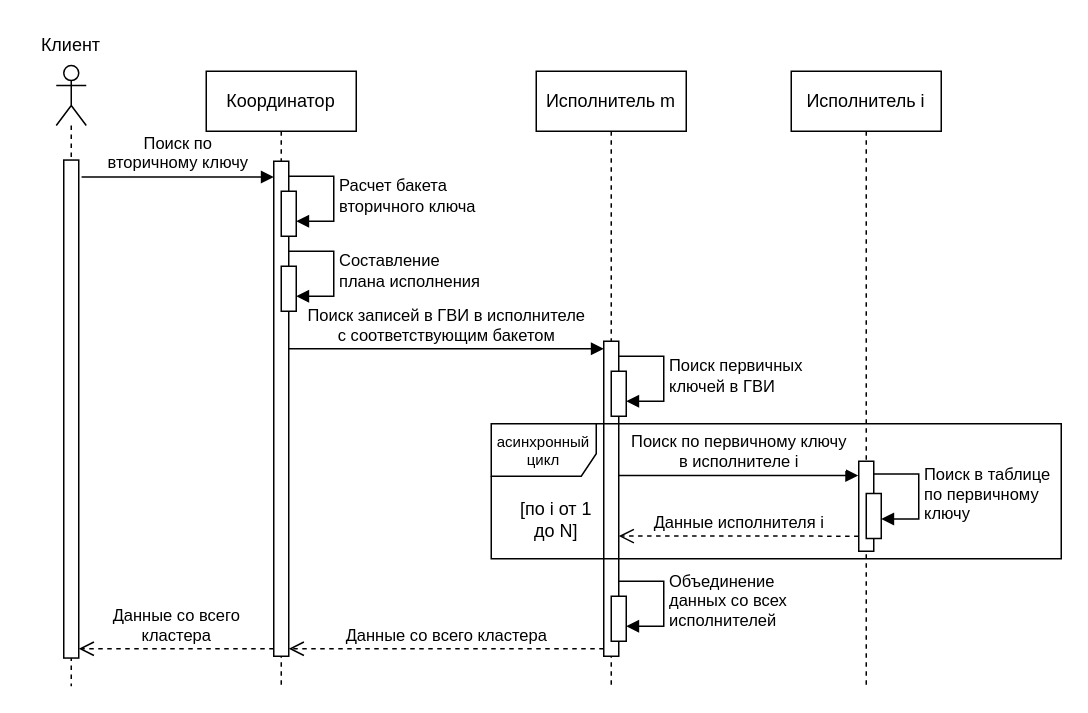
Above: page "gsi-search-seq" (6 of 17) of schemas.drawio in vitosotdihaet/pind (draw.io), before the change. Source tidied: cells renumbered, new cells numbered last; positions are measured from the earlier drawing's top-left corner, leaving out a move shared by most shapes. Both pictures are drawn from the tidied source at 150%, with x=0, y=0 at pixel (26, 26).
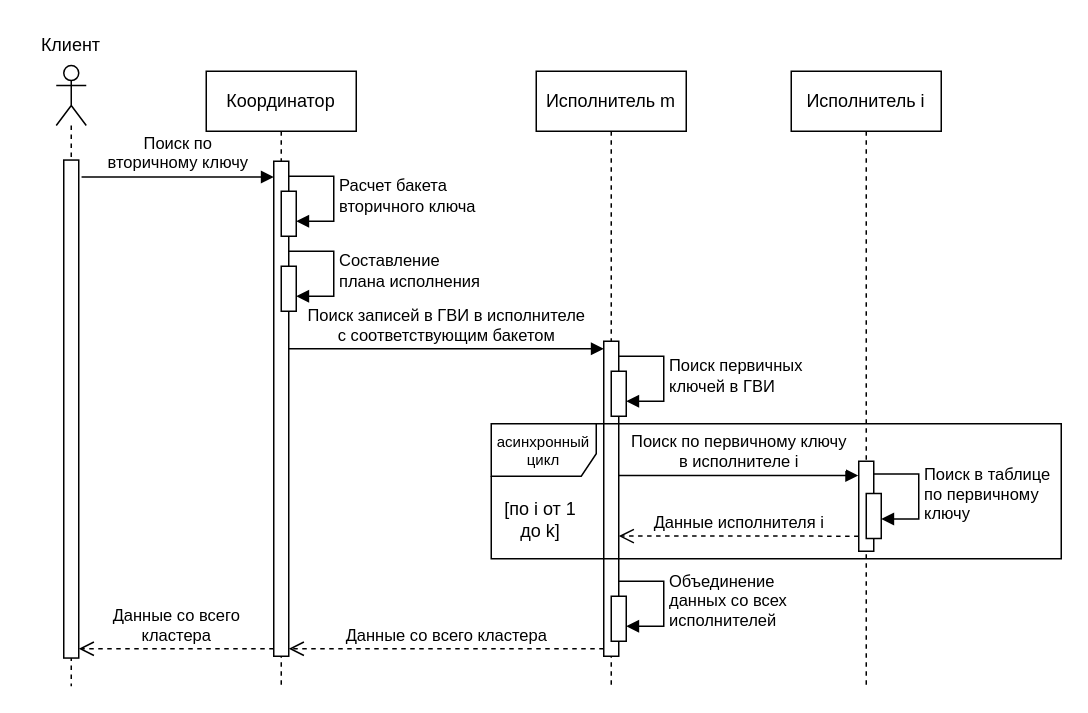
After the change.

The change refers to these unchanged cells:
```xml
<mxCell id="24" style="group;" parent="1" vertex="1">
  <mxGeometry x="320" y="265" width="370" height="90" as="geometry" />
</mxCell>
```

What changed in the source:
```diff
@@
-    <mxCell id="26" value="[по i от 1 до N]" style="text;html=1;whiteSpace=wrap;strokeColor=none;fillColor=none;align=center;verticalAlign=middle;rounded=0;" parent="24" vertex="1">
-      <mxGeometry x="1.1" y="45" width="65.3" height="38.6" as="geometry" />
+    <mxCell id="26" value="[по i от 1 до k]" style="text;html=1;whiteSpace=wrap;strokeColor=none;fillColor=none;align=center;verticalAlign=middle;rounded=0;" parent="24" vertex="1">
+      <mxGeometry x="-10" y="45" width="66.4" height="38.6" as="geometry" />
     </mxCell>
```
